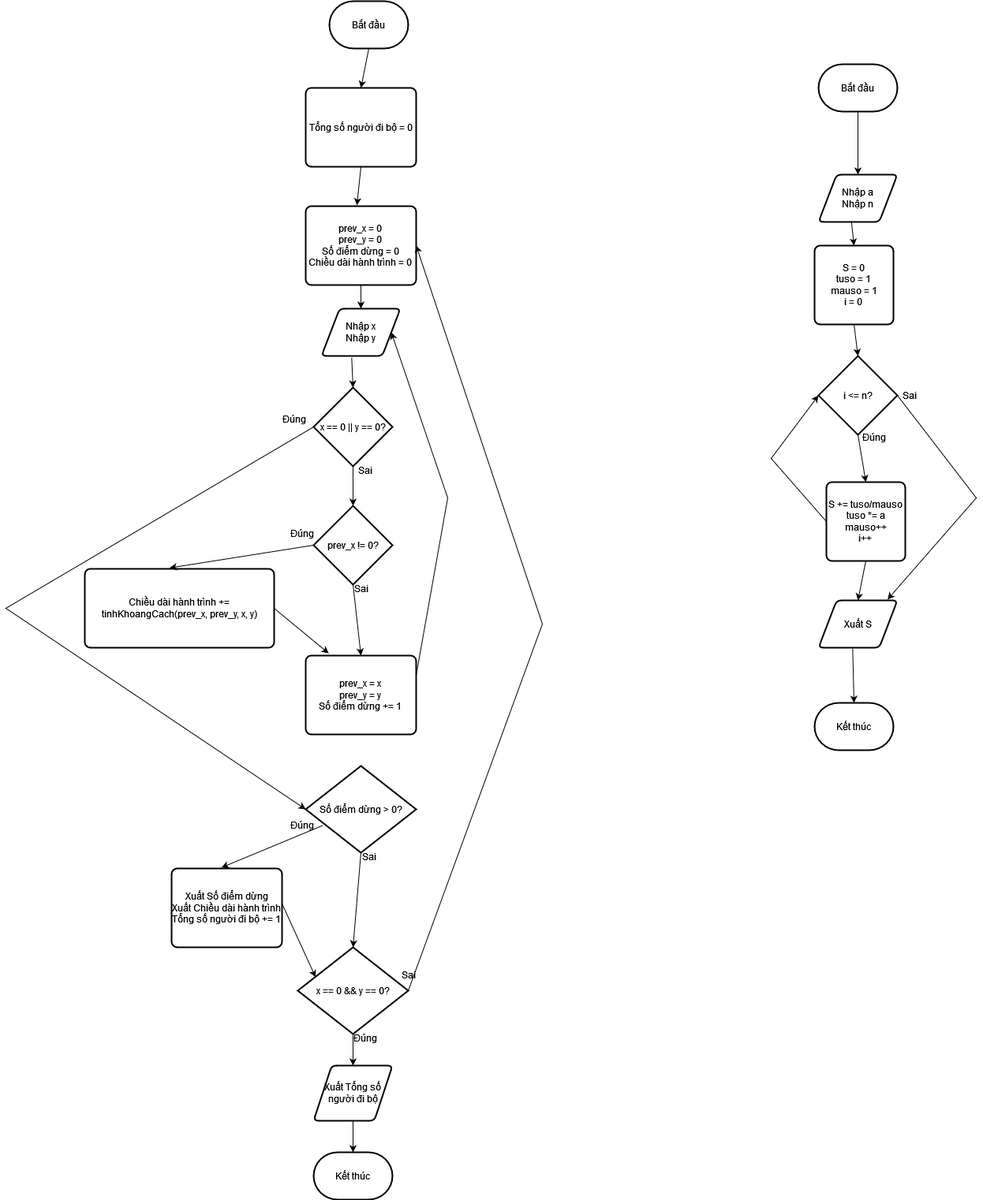
nguyenhongduc2411/Nostalgia keeps this draw.io diagram as CSLT/2023-2024/HK2/CSLT_2023-2024_HK2.drawio.png. Above is the earlier version. Source tidied: cells renumbered, new cells last; positions are measured from the earlier drawing's top-left corner, leaving out a move shared by most shapes. The source it was exported from:
```xml
<mxGraphModel>
  <root>
    <mxCell id="0" />
    <mxCell id="1" parent="0" />
    <mxCell id="2" value="&lt;div&gt;Nhập a&lt;/div&gt;&lt;div&gt;Nhập n&lt;br&gt;&lt;/div&gt;" style="shape=parallelogram;html=1;strokeWidth=2;perimeter=parallelogramPerimeter;whiteSpace=wrap;rounded=1;arcSize=12;size=0.23;" parent="1" vertex="1">
      <mxGeometry x="1030" y="220" width="100" height="60" as="geometry" />
    </mxCell>
    <mxCell id="3" value="&lt;div&gt;S = 0&lt;/div&gt;&lt;div&gt;tuso = 1&lt;/div&gt;&lt;div&gt;mauso = 1&lt;/div&gt;&lt;div&gt;i = 0&lt;br&gt;&lt;/div&gt;" style="rounded=1;whiteSpace=wrap;html=1;absoluteArcSize=1;arcSize=14;strokeWidth=2;" parent="1" vertex="1">
      <mxGeometry x="1025" y="310" width="100" height="100" as="geometry" />
    </mxCell>
    <mxCell id="4" value="i &amp;lt;= n?" style="strokeWidth=2;html=1;shape=mxgraph.flowchart.decision;whiteSpace=wrap;" parent="1" vertex="1">
      <mxGeometry x="1030" y="450" width="100" height="100" as="geometry" />
    </mxCell>
    <mxCell id="5" value="&lt;div&gt;S += tuso/mauso&lt;/div&gt;&lt;div&gt;tuso *= a&lt;/div&gt;&lt;div&gt;mauso++&lt;/div&gt;&lt;div&gt;i++&lt;br&gt;&lt;/div&gt;" style="rounded=1;whiteSpace=wrap;html=1;absoluteArcSize=1;arcSize=14;strokeWidth=2;" parent="1" vertex="1">
      <mxGeometry x="1040" y="610" width="100" height="100" as="geometry" />
    </mxCell>
    <mxCell id="6" value="Xuất S" style="shape=parallelogram;html=1;strokeWidth=2;perimeter=parallelogramPerimeter;whiteSpace=wrap;rounded=1;arcSize=12;size=0.23;" parent="1" vertex="1">
      <mxGeometry x="1030" y="760" width="100" height="60" as="geometry" />
    </mxCell>
    <mxCell id="7" value="Kết thúc" style="strokeWidth=2;html=1;shape=mxgraph.flowchart.terminator;whiteSpace=wrap;" parent="1" vertex="1">
      <mxGeometry x="1025" y="890" width="100" height="60" as="geometry" />
    </mxCell>
    <mxCell id="8" value="Bắt đầu" style="strokeWidth=2;html=1;shape=mxgraph.flowchart.terminator;whiteSpace=wrap;" parent="1" vertex="1">
      <mxGeometry x="1030" y="80" width="100" height="60" as="geometry" />
    </mxCell>
    <mxCell id="9" style="endArrow=classic;html=1;rounded=0;exitX=0.5;exitY=1;exitDx=0;exitDy=0;exitPerimeter=0;entryX=0.5;entryY=0;entryDx=0;entryDy=0;" parent="1" edge="1" source="8" target="2">
      <mxGeometry relative="1" as="geometry" />
    </mxCell>
    <mxCell id="10" style="endArrow=classic;html=1;rounded=0;exitX=0.417;exitY=0.981;exitDx=0;exitDy=0;exitPerimeter=0;entryX=0.5;entryY=0;entryDx=0;entryDy=0;" parent="1" edge="1" source="2" target="3">
      <mxGeometry relative="1" as="geometry" />
    </mxCell>
    <mxCell id="11" style="endArrow=classic;html=1;rounded=0;exitX=0.5;exitY=1;exitDx=0;exitDy=0;entryX=0.5;entryY=0;entryDx=0;entryDy=0;entryPerimeter=0;" parent="1" edge="1" source="3" target="4">
      <mxGeometry relative="1" as="geometry" />
    </mxCell>
    <mxCell id="12" style="endArrow=classic;html=1;rounded=0;exitX=0.5;exitY=1;exitDx=0;exitDy=0;entryX=0.5;entryY=0;entryDx=0;entryDy=0;exitPerimeter=0;" parent="1" edge="1" source="4" target="5">
      <mxGeometry relative="1" as="geometry" />
    </mxCell>
    <mxCell id="13" style="endArrow=classic;html=1;rounded=0;exitX=0.5;exitY=1;exitDx=0;exitDy=0;entryX=0.5;entryY=0;entryDx=0;entryDy=0;" parent="1" edge="1" source="5" target="6">
      <mxGeometry relative="1" as="geometry" />
    </mxCell>
    <mxCell id="14" style="endArrow=classic;html=1;rounded=0;exitX=0.433;exitY=1.022;exitDx=0;exitDy=0;entryX=0.5;entryY=0;entryDx=0;entryDy=0;entryPerimeter=0;exitPerimeter=0;" parent="1" edge="1" source="6" target="7">
      <mxGeometry relative="1" as="geometry" />
    </mxCell>
    <mxCell id="15" style="endArrow=classic;html=1;rounded=0;exitX=0;exitY=0.5;exitDx=0;exitDy=0;entryX=0;entryY=0.5;entryDx=0;entryDy=0;entryPerimeter=0;" parent="1" edge="1" source="5" target="4">
      <mxGeometry relative="1" as="geometry">
        <Array as="points">
          <mxPoint x="970" y="580" />
        </Array>
      </mxGeometry>
    </mxCell>
    <mxCell id="16" value="Đúng" style="text;html=1;align=center;verticalAlign=middle;strokeColor=none;fillColor=none;" parent="1" vertex="1">
      <mxGeometry x="1075" y="538" width="50" height="30" as="geometry" />
    </mxCell>
    <mxCell id="17" style="endArrow=classic;html=1;rounded=0;exitX=1;exitY=0.5;exitDx=0;exitDy=0;exitPerimeter=0;entryX=0.875;entryY=-0.019;entryDx=0;entryDy=0;entryPerimeter=0;" parent="1" edge="1" source="4" target="6">
      <mxGeometry relative="1" as="geometry">
        <Array as="points">
          <mxPoint x="1230" y="630" />
        </Array>
      </mxGeometry>
    </mxCell>
    <mxCell id="18" value="Sai" style="text;html=1;align=center;verticalAlign=middle;strokeColor=none;fillColor=none;" parent="1" vertex="1">
      <mxGeometry x="1125" y="485" width="40" height="30" as="geometry" />
    </mxCell>
    <mxCell id="19" value="Tổng số người đi bộ = 0" style="rounded=1;whiteSpace=wrap;html=1;absoluteArcSize=1;arcSize=14;strokeWidth=2;" parent="1" vertex="1">
      <mxGeometry x="380" y="110" width="140" height="100" as="geometry" />
    </mxCell>
    <mxCell id="20" value="&lt;div&gt;prev_x = 0&lt;/div&gt;&lt;div&gt;prev_y = 0&lt;/div&gt;&lt;div&gt;Số điểm dừng = 0&lt;/div&gt;&lt;div&gt;Chiều dài hành trình = 0&lt;br&gt;&lt;/div&gt;" style="rounded=1;whiteSpace=wrap;html=1;absoluteArcSize=1;arcSize=14;strokeWidth=2;" parent="1" vertex="1">
      <mxGeometry x="380" y="260" width="140" height="100" as="geometry" />
    </mxCell>
    <mxCell id="21" value="&lt;div&gt;Nhập x&lt;/div&gt;&lt;div&gt;Nhập y&lt;br&gt;&lt;/div&gt;" style="shape=parallelogram;html=1;strokeWidth=2;perimeter=parallelogramPerimeter;whiteSpace=wrap;rounded=1;arcSize=12;size=0.23;" parent="1" vertex="1">
      <mxGeometry x="400" y="390" width="100" height="60" as="geometry" />
    </mxCell>
    <mxCell id="22" value="x == 0 || y == 0?" style="strokeWidth=2;html=1;shape=mxgraph.flowchart.decision;whiteSpace=wrap;" parent="1" vertex="1">
      <mxGeometry x="390" y="490" width="100" height="100" as="geometry" />
    </mxCell>
    <mxCell id="23" value="prev_x != 0?" style="strokeWidth=2;html=1;shape=mxgraph.flowchart.decision;whiteSpace=wrap;" parent="1" vertex="1">
      <mxGeometry x="390" y="640" width="100" height="100" as="geometry" />
    </mxCell>
    <mxCell id="24" value="Chiều dài hành trình += tinhKhoangCach(prev_x, prev_y, x, y)" style="rounded=1;whiteSpace=wrap;html=1;absoluteArcSize=1;arcSize=14;strokeWidth=2;" parent="1" vertex="1">
      <mxGeometry x="100" y="720" width="240" height="100" as="geometry" />
    </mxCell>
    <mxCell id="25" value="&lt;div&gt;prev_x = x&lt;/div&gt;&lt;div&gt;prev_y = y&lt;/div&gt;&lt;div&gt;Số điểm dừng += 1&lt;br&gt;&lt;/div&gt;" style="rounded=1;whiteSpace=wrap;html=1;absoluteArcSize=1;arcSize=14;strokeWidth=2;" parent="1" vertex="1">
      <mxGeometry x="380" y="830" width="140" height="100" as="geometry" />
    </mxCell>
    <mxCell id="26" value="Số điểm dừng &amp;gt; 0?" style="strokeWidth=2;html=1;shape=mxgraph.flowchart.decision;whiteSpace=wrap;" parent="1" vertex="1">
      <mxGeometry x="380" y="970" width="140" height="110" as="geometry" />
    </mxCell>
    <mxCell id="27" value="&lt;div&gt;Xuất Số điểm dừng&lt;/div&gt;&lt;div&gt;Xuất Chiều dài hành trình&lt;/div&gt;&lt;div&gt;Tổng số người đi bộ += 1&lt;br&gt;&lt;/div&gt;" style="rounded=1;whiteSpace=wrap;html=1;absoluteArcSize=1;arcSize=14;strokeWidth=2;" parent="1" vertex="1">
      <mxGeometry x="210" y="1100" width="140" height="100" as="geometry" />
    </mxCell>
    <mxCell id="28" value="x == 0 &amp;amp;&amp;amp; y == 0?" style="strokeWidth=2;html=1;shape=mxgraph.flowchart.decision;whiteSpace=wrap;" parent="1" vertex="1">
      <mxGeometry x="370" y="1200" width="140" height="110" as="geometry" />
    </mxCell>
    <mxCell id="29" value="Xuất Tổng số người đi bộ" style="shape=parallelogram;html=1;strokeWidth=2;perimeter=parallelogramPerimeter;whiteSpace=wrap;rounded=1;arcSize=12;size=0.23;" parent="1" vertex="1">
      <mxGeometry x="390" y="1350" width="100" height="70" as="geometry" />
    </mxCell>
    <mxCell id="30" value="Kết thúc" style="strokeWidth=2;html=1;shape=mxgraph.flowchart.terminator;whiteSpace=wrap;" parent="1" vertex="1">
      <mxGeometry x="390" y="1460" width="100" height="60" as="geometry" />
    </mxCell>
    <mxCell id="31" value="Bắt đầu" style="strokeWidth=2;html=1;shape=mxgraph.flowchart.terminator;whiteSpace=wrap;" parent="1" vertex="1">
      <mxGeometry x="410" width="100" height="60" as="geometry" />
    </mxCell>
    <mxCell id="32" style="endArrow=classic;html=1;rounded=0;exitX=0.5;exitY=1;exitDx=0;exitDy=0;exitPerimeter=0;entryX=0.5;entryY=0;entryDx=0;entryDy=0;" parent="1" edge="1" source="31" target="19">
      <mxGeometry relative="1" as="geometry" />
    </mxCell>
    <mxCell id="33" style="endArrow=classic;html=1;rounded=0;exitX=0.5;exitY=1;exitDx=0;exitDy=0;entryX=0.464;entryY=-0.012;entryDx=0;entryDy=0;entryPerimeter=0;" parent="1" edge="1" source="19" target="20">
      <mxGeometry relative="1" as="geometry" />
    </mxCell>
    <mxCell id="34" style="endArrow=classic;html=1;rounded=0;entryX=0.5;entryY=0;entryDx=0;entryDy=0;" parent="1" edge="1" source="20" target="21">
      <mxGeometry relative="1" as="geometry" />
    </mxCell>
    <mxCell id="35" style="endArrow=classic;html=1;rounded=0;entryX=0.5;entryY=0;entryDx=0;entryDy=0;entryPerimeter=0;exitX=0.383;exitY=1.036;exitDx=0;exitDy=0;exitPerimeter=0;" parent="1" edge="1" source="21" target="22">
      <mxGeometry relative="1" as="geometry" />
    </mxCell>
    <mxCell id="36" style="endArrow=classic;html=1;rounded=0;entryX=0.5;entryY=0;entryDx=0;entryDy=0;entryPerimeter=0;exitX=0.5;exitY=1;exitDx=0;exitDy=0;exitPerimeter=0;" parent="1" edge="1" source="22" target="23">
      <mxGeometry relative="1" as="geometry" />
    </mxCell>
    <mxCell id="37" style="endArrow=classic;html=1;rounded=0;entryX=0.448;entryY=-0.012;entryDx=0;entryDy=0;entryPerimeter=0;exitX=0;exitY=0.5;exitDx=0;exitDy=0;exitPerimeter=0;" parent="1" edge="1" source="23" target="24">
      <mxGeometry relative="1" as="geometry" />
    </mxCell>
    <mxCell id="38" style="endArrow=classic;html=1;rounded=0;entryX=0.208;entryY=-0.028;entryDx=0;entryDy=0;entryPerimeter=0;exitX=1;exitY=0.5;exitDx=0;exitDy=0;" parent="1" edge="1" source="24" target="25">
      <mxGeometry relative="1" as="geometry" />
    </mxCell>
    <mxCell id="39" style="endArrow=classic;html=1;rounded=0;entryX=0.5;entryY=0;entryDx=0;entryDy=0;exitX=0.5;exitY=1;exitDx=0;exitDy=0;exitPerimeter=0;" parent="1" edge="1" source="23" target="25">
      <mxGeometry relative="1" as="geometry" />
    </mxCell>
    <mxCell id="40" style="endArrow=classic;html=1;rounded=0;exitX=1;exitY=0.25;exitDx=0;exitDy=0;entryX=1;entryY=0.5;entryDx=0;entryDy=0;" parent="1" edge="1" source="25" target="21">
      <mxGeometry relative="1" as="geometry">
        <Array as="points">
          <mxPoint x="560" y="630" />
        </Array>
      </mxGeometry>
    </mxCell>
    <mxCell id="41" style="endArrow=classic;html=1;rounded=0;exitX=0;exitY=0.5;exitDx=0;exitDy=0;exitPerimeter=0;entryX=0;entryY=0.5;entryDx=0;entryDy=0;entryPerimeter=0;" parent="1" edge="1" source="22" target="26">
      <mxGeometry relative="1" as="geometry">
        <Array as="points">
          <mxPoint y="770" />
        </Array>
      </mxGeometry>
    </mxCell>
    <mxCell id="42" style="endArrow=classic;html=1;rounded=0;exitX=0.155;exitY=0.686;exitDx=0;exitDy=0;exitPerimeter=0;entryX=0.452;entryY=-0.012;entryDx=0;entryDy=0;entryPerimeter=0;" parent="1" edge="1" source="26" target="27">
      <mxGeometry relative="1" as="geometry" />
    </mxCell>
    <mxCell id="43" style="endArrow=classic;html=1;rounded=0;exitX=0.5;exitY=1;exitDx=0;exitDy=0;exitPerimeter=0;entryX=0.5;entryY=0;entryDx=0;entryDy=0;entryPerimeter=0;" parent="1" edge="1" source="26" target="28">
      <mxGeometry relative="1" as="geometry" />
    </mxCell>
    <mxCell id="44" style="endArrow=classic;html=1;rounded=0;exitX=1;exitY=0.447;exitDx=0;exitDy=0;exitPerimeter=0;entryX=0.161;entryY=0.345;entryDx=0;entryDy=0;entryPerimeter=0;" parent="1" edge="1" source="27" target="28">
      <mxGeometry relative="1" as="geometry" />
    </mxCell>
    <mxCell id="45" style="endArrow=classic;html=1;rounded=0;exitX=0.5;exitY=1;exitDx=0;exitDy=0;exitPerimeter=0;entryX=0.5;entryY=0;entryDx=0;entryDy=0;" parent="1" edge="1" source="28" target="29">
      <mxGeometry relative="1" as="geometry" />
    </mxCell>
    <mxCell id="46" style="endArrow=classic;html=1;rounded=0;exitX=1;exitY=0.5;exitDx=0;exitDy=0;exitPerimeter=0;entryX=1;entryY=0.5;entryDx=0;entryDy=0;" parent="1" edge="1" source="28" target="20">
      <mxGeometry relative="1" as="geometry">
        <Array as="points">
          <mxPoint x="680" y="790" />
        </Array>
      </mxGeometry>
    </mxCell>
    <mxCell id="47" style="endArrow=classic;html=1;rounded=0;entryX=0.5;entryY=0;entryDx=0;entryDy=0;entryPerimeter=0;" parent="1" edge="1" source="29" target="30">
      <mxGeometry relative="1" as="geometry" />
    </mxCell>
    <mxCell id="48" value="Đúng" style="text;html=1;align=center;verticalAlign=middle;strokeColor=none;fillColor=none;" parent="1" vertex="1">
      <mxGeometry x="340" y="515" width="50" height="30" as="geometry" />
    </mxCell>
    <mxCell id="49" value="Đúng" style="text;html=1;align=center;verticalAlign=middle;strokeColor=none;fillColor=none;" parent="1" vertex="1">
      <mxGeometry x="350" y="660" width="50" height="30" as="geometry" />
    </mxCell>
    <mxCell id="50" value="Đúng" style="text;html=1;align=center;verticalAlign=middle;strokeColor=none;fillColor=none;" parent="1" vertex="1">
      <mxGeometry x="350" y="1030" width="50" height="30" as="geometry" />
    </mxCell>
    <mxCell id="51" value="Đúng" style="text;html=1;align=center;verticalAlign=middle;strokeColor=none;fillColor=none;" parent="1" vertex="1">
      <mxGeometry x="430" y="1300" width="50" height="30" as="geometry" />
    </mxCell>
    <mxCell id="52" value="Sai" style="text;html=1;align=center;verticalAlign=middle;strokeColor=none;fillColor=none;" parent="1" vertex="1">
      <mxGeometry x="435" y="580" width="40" height="30" as="geometry" />
    </mxCell>
    <mxCell id="53" value="Sai" style="text;html=1;align=center;verticalAlign=middle;strokeColor=none;fillColor=none;" parent="1" vertex="1">
      <mxGeometry x="430" y="730" width="40" height="30" as="geometry" />
    </mxCell>
    <mxCell id="54" value="Sai" style="text;html=1;align=center;verticalAlign=middle;strokeColor=none;fillColor=none;" parent="1" vertex="1">
      <mxGeometry x="440" y="1070" width="40" height="30" as="geometry" />
    </mxCell>
    <mxCell id="55" value="Sai" style="text;html=1;align=center;verticalAlign=middle;strokeColor=none;fillColor=none;" parent="1" vertex="1">
      <mxGeometry x="490" y="1220" width="40" height="30" as="geometry" />
    </mxCell>
  </root>
</mxGraphModel>
```
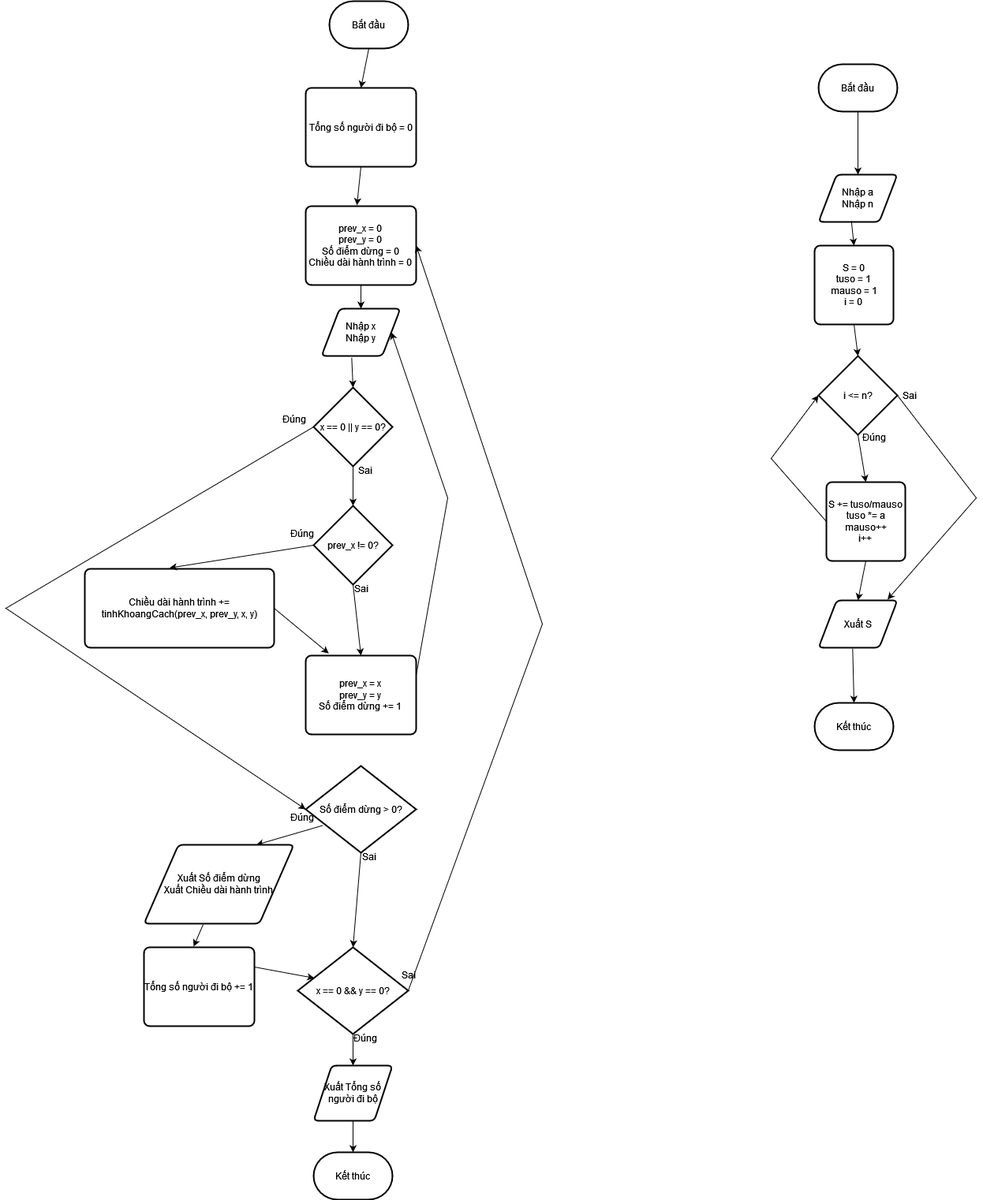
The same file after the commit.

Commit message:
fix(CSLT/2023-2024/HK2/Cau1): Small fix for flow chart ("Xuất Số điểm dừng" should be a separate shape)

What changed in the source:
```diff
@@ -85,9 +85,6 @@
     <mxCell id="26" value="Số điểm dừng &amp;gt; 0?" style="strokeWidth=2;html=1;shape=mxgraph.flowchart.decision;whiteSpace=wrap;" parent="1" vertex="1">
       <mxGeometry x="380" y="970" width="140" height="110" as="geometry" />
     </mxCell>
-    <mxCell id="27" value="&lt;div&gt;Xuất Số điểm dừng&lt;/div&gt;&lt;div&gt;Xuất Chiều dài hành trình&lt;/div&gt;&lt;div&gt;Tổng số người đi bộ += 1&lt;br&gt;&lt;/div&gt;" style="rounded=1;whiteSpace=wrap;html=1;absoluteArcSize=1;arcSize=14;strokeWidth=2;" parent="1" vertex="1">
-      <mxGeometry x="210" y="1100" width="140" height="100" as="geometry" />
-    </mxCell>
     <mxCell id="28" value="x == 0 &amp;amp;&amp;amp; y == 0?" style="strokeWidth=2;html=1;shape=mxgraph.flowchart.decision;whiteSpace=wrap;" parent="1" vertex="1">
       <mxGeometry x="370" y="1200" width="140" height="110" as="geometry" />
     </mxCell>
@@ -138,13 +135,13 @@
         </Array>
       </mxGeometry>
     </mxCell>
-    <mxCell id="42" style="endArrow=classic;html=1;rounded=0;exitX=0.155;exitY=0.686;exitDx=0;exitDy=0;exitPerimeter=0;entryX=0.452;entryY=-0.012;entryDx=0;entryDy=0;entryPerimeter=0;" parent="1" edge="1" source="26" target="27">
+    <mxCell id="42" style="endArrow=classic;html=1;rounded=0;exitX=0.155;exitY=0.686;exitDx=0;exitDy=0;exitPerimeter=0;entryX=0.75;entryY=0;entryDx=0;entryDy=0;" parent="1" edge="1" source="26" target="57">
       <mxGeometry relative="1" as="geometry" />
     </mxCell>
     <mxCell id="43" style="endArrow=classic;html=1;rounded=0;exitX=0.5;exitY=1;exitDx=0;exitDy=0;exitPerimeter=0;entryX=0.5;entryY=0;entryDx=0;entryDy=0;entryPerimeter=0;" parent="1" edge="1" source="26" target="28">
       <mxGeometry relative="1" as="geometry" />
     </mxCell>
-    <mxCell id="44" style="endArrow=classic;html=1;rounded=0;exitX=1;exitY=0.447;exitDx=0;exitDy=0;exitPerimeter=0;entryX=0.161;entryY=0.345;entryDx=0;entryDy=0;entryPerimeter=0;" parent="1" edge="1" source="27" target="28">
+    <mxCell id="44" style="endArrow=classic;html=1;rounded=0;exitX=1;exitY=0.25;exitDx=0;exitDy=0;entryX=0.15;entryY=0.355;entryDx=0;entryDy=0;entryPerimeter=0;" parent="1" edge="1" source="56" target="28">
       <mxGeometry relative="1" as="geometry" />
     </mxCell>
     <mxCell id="45" style="endArrow=classic;html=1;rounded=0;exitX=0.5;exitY=1;exitDx=0;exitDy=0;exitPerimeter=0;entryX=0.5;entryY=0;entryDx=0;entryDy=0;" parent="1" edge="1" source="28" target="29">
@@ -167,7 +164,7 @@
       <mxGeometry x="350" y="660" width="50" height="30" as="geometry" />
     </mxCell>
     <mxCell id="50" value="Đúng" style="text;html=1;align=center;verticalAlign=middle;strokeColor=none;fillColor=none;" parent="1" vertex="1">
-      <mxGeometry x="350" y="1030" width="50" height="30" as="geometry" />
+      <mxGeometry x="350" y="1020" width="50" height="30" as="geometry" />
     </mxCell>
     <mxCell id="51" value="Đúng" style="text;html=1;align=center;verticalAlign=middle;strokeColor=none;fillColor=none;" parent="1" vertex="1">
       <mxGeometry x="430" y="1300" width="50" height="30" as="geometry" />
@@ -184,5 +181,14 @@
     <mxCell id="55" value="Sai" style="text;html=1;align=center;verticalAlign=middle;strokeColor=none;fillColor=none;" parent="1" vertex="1">
       <mxGeometry x="490" y="1220" width="40" height="30" as="geometry" />
     </mxCell>
+    <mxCell id="56" value="&lt;div&gt;Tổng số người đi bộ += 1&lt;br&gt;&lt;/div&gt;" style="rounded=1;whiteSpace=wrap;html=1;absoluteArcSize=1;arcSize=14;strokeWidth=2;" parent="1" vertex="1">
+      <mxGeometry x="175" y="1200" width="140" height="100" as="geometry" />
+    </mxCell>
+    <mxCell id="57" value="&lt;div&gt;Xuất Số điểm dừng&lt;/div&gt;&lt;div&gt;Xuất Chiều dài hành trình&lt;/div&gt;" style="shape=parallelogram;html=1;strokeWidth=2;perimeter=parallelogramPerimeter;whiteSpace=wrap;rounded=1;arcSize=12;size=0.23;" parent="1" vertex="1">
+      <mxGeometry x="175" y="1070" width="190" height="100" as="geometry" />
+    </mxCell>
+    <mxCell id="58" style="endArrow=classic;html=1;rounded=0;exitX=0.395;exitY=1.01;exitDx=0;exitDy=0;entryX=0.45;entryY=-0.01;entryDx=0;entryDy=0;entryPerimeter=0;exitPerimeter=0;" parent="1" edge="1" source="57" target="56">
+      <mxGeometry relative="1" as="geometry" />
+    </mxCell>
   </root>
 </mxGraphModel>
```
